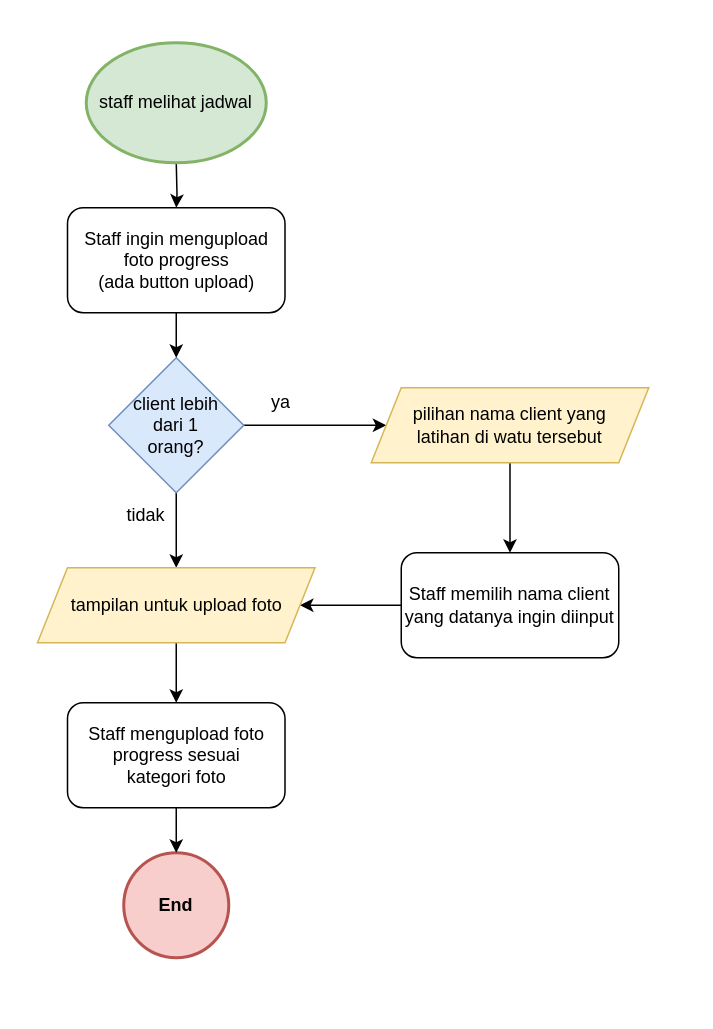
SynergyStudioBandung/synergy_studio_docs keeps this draw.io diagram as diagrams/user_flow/staff_upload_progress_latihan.drawio. Above is the earlier version. Source tidied: cells renumbered, new cells numbered last; positions are measured from the earlier drawing's top-left corner, leaving out a move shared by most shapes. Both pictures are drawn from the tidied source at 150%, with x=0, y=0 at pixel (38, 42).
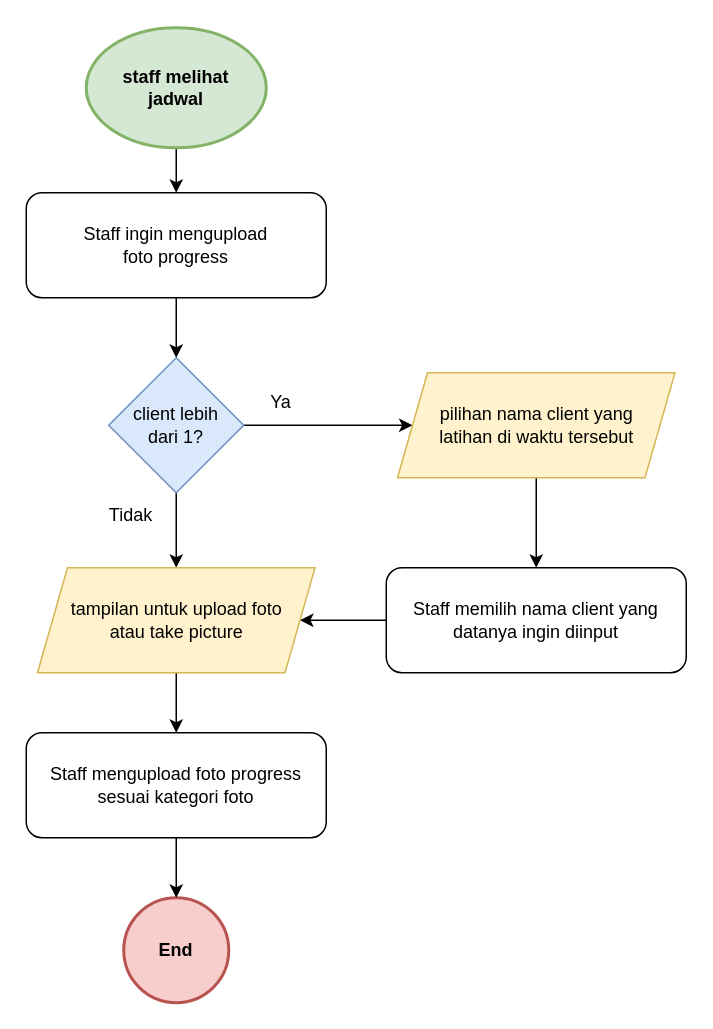
After the change.

The edit, as a diff of the source:
```diff
@@
     <mxCell id="2" value="End" style="ellipse;whiteSpace=wrap;html=1;fillColor=#f8cecc;strokeColor=#b85450;fontStyle=1;strokeWidth=2;" parent="1" vertex="1">
-      <mxGeometry x="57" y="540" width="70" height="70" as="geometry" />
+      <mxGeometry x="57" y="570" width="70" height="70" as="geometry" />
     </mxCell>
-    <mxCell id="3" style="edgeStyle=orthogonalEdgeStyle;rounded=0;jettySize=auto;html=1;" parent="1" edge="1" target="13">
-      <mxGeometry relative="1" as="geometry">
-        <mxPoint x="92" y="80" as="sourcePoint" />
-      </mxGeometry>
-    </mxCell>
@@
-    <mxCell id="6" value="client lebih&lt;br&gt;dari 1&lt;br&gt;orang?" style="rhombus;whiteSpace=wrap;html=1;fillColor=#dae8fc;strokeColor=#6c8ebf;" parent="1" vertex="1">
+    <mxCell id="6" value="client lebih&lt;br&gt;dari 1?" style="rhombus;whiteSpace=wrap;html=1;fillColor=#dae8fc;strokeColor=#6c8ebf;" parent="1" vertex="1">
       <mxGeometry x="47" y="210" width="90" height="90" as="geometry" />
     </mxCell>
@@
     <mxCell id="8" value="Staff memilih nama client yang datanya ingin diinput" style="rounded=1;whiteSpace=wrap;html=1;fontSize=12;glass=0;strokeWidth=1;shadow=0;" parent="1" vertex="1">
-      <mxGeometry x="242" y="340" width="145" height="70" as="geometry" />
+      <mxGeometry x="232" y="350" width="200" height="70" as="geometry" />
     </mxCell>
-    <mxCell id="9" value="ya" style="text;html=1;strokeColor=none;fillColor=none;align=center;verticalAlign=middle;whiteSpace=wrap;rounded=0;" parent="1" vertex="1">
+    <mxCell id="9" value="Ya" style="text;html=1;strokeColor=none;fillColor=none;align=center;verticalAlign=middle;whiteSpace=wrap;rounded=0;" parent="1" vertex="1">
       <mxGeometry x="132" y="225" width="60" height="30" as="geometry" />
     </mxCell>
@@
-    <mxCell id="11" value="pilihan nama client yang&lt;br&gt;latihan di watu tersebut" style="shape=parallelogram;perimeter=parallelogramPerimeter;whiteSpace=wrap;html=1;fixedSize=1;strokeWidth=1;fillColor=#fff2cc;strokeColor=#d6b656;" parent="1" vertex="1">
-      <mxGeometry x="222" y="230" width="185" height="50" as="geometry" />
+    <mxCell id="11" value="pilihan nama client yang&lt;br&gt;latihan di waktu tersebut" style="shape=parallelogram;perimeter=parallelogramPerimeter;whiteSpace=wrap;html=1;fixedSize=1;strokeWidth=1;fillColor=#fff2cc;strokeColor=#d6b656;" parent="1" vertex="1">
+      <mxGeometry x="239.5" y="220" width="185" height="70" as="geometry" />
     </mxCell>
@@
-    <mxCell id="13" value="Staff ingin mengupload foto progress&lt;br&gt;(ada button upload)" style="rounded=1;whiteSpace=wrap;html=1;fontSize=12;glass=0;strokeWidth=1;shadow=0;" parent="1" vertex="1">
-      <mxGeometry x="19.5" y="110" width="145" height="70" as="geometry" />
+    <mxCell id="13" value="Staff ingin mengupload&lt;br&gt;foto progress" style="rounded=1;whiteSpace=wrap;html=1;fontSize=12;glass=0;strokeWidth=1;shadow=0;" parent="1" vertex="1">
+      <mxGeometry x="-8" y="100" width="200" height="70" as="geometry" />
     </mxCell>
@@
-    <mxCell id="15" value="Staff mengupload foto progress sesuai&lt;br&gt;kategori foto" style="rounded=1;whiteSpace=wrap;html=1;fontSize=12;glass=0;strokeWidth=1;shadow=0;" parent="1" vertex="1">
-      <mxGeometry x="19.5" y="440" width="145" height="70" as="geometry" />
+    <mxCell id="15" value="Staff mengupload foto progress sesuai kategori foto" style="rounded=1;whiteSpace=wrap;html=1;fontSize=12;glass=0;strokeWidth=1;shadow=0;" parent="1" vertex="1">
+      <mxGeometry x="-8" y="460" width="200" height="70" as="geometry" />
     </mxCell>
@@
-    <mxCell id="17" value="tampilan untuk upload foto" style="shape=parallelogram;perimeter=parallelogramPerimeter;whiteSpace=wrap;html=1;fixedSize=1;strokeWidth=1;fillColor=#fff2cc;strokeColor=#d6b656;" parent="1" vertex="1">
-      <mxGeometry x="-0.5" y="350" width="185" height="50" as="geometry" />
+    <mxCell id="17" value="tampilan untuk upload foto &lt;br&gt;atau take picture" style="shape=parallelogram;perimeter=parallelogramPerimeter;whiteSpace=wrap;html=1;fixedSize=1;strokeWidth=1;fillColor=#fff2cc;strokeColor=#d6b656;" parent="1" vertex="1">
+      <mxGeometry x="-0.5" y="350" width="185" height="70" as="geometry" />
     </mxCell>
-    <mxCell id="18" value="tidak" style="text;html=1;strokeColor=none;fillColor=none;align=center;verticalAlign=middle;whiteSpace=wrap;rounded=0;" parent="1" vertex="1">
-      <mxGeometry x="42" y="300" width="60" height="30" as="geometry" />
+    <mxCell id="18" value="Tidak" style="text;html=1;strokeColor=none;fillColor=none;align=center;verticalAlign=middle;whiteSpace=wrap;rounded=0;" parent="1" vertex="1">
+      <mxGeometry x="32" y="300" width="60" height="30" as="geometry" />
     </mxCell>
+    <mxCell id="20" style="edgeStyle=orthogonalEdgeStyle;rounded=0;jettySize=auto;html=1;" parent="1" edge="1" source="19" target="13">
+      <mxGeometry relative="1" as="geometry" />
+    </mxCell>
-    <mxCell id="19" value="staff melihat jadwal" style="ellipse;whiteSpace=wrap;html=1;fillColor=#d5e8d4;strokeColor=#82b366;strokeWidth=2;" parent="1" vertex="1">
-      <mxGeometry x="32" width="120" height="80" as="geometry" />
+    <mxCell id="19" value="staff melihat&lt;br&gt;jadwal" style="ellipse;whiteSpace=wrap;html=1;fillColor=#d5e8d4;strokeColor=#82b366;strokeWidth=2;fontStyle=1;" parent="1" vertex="1">
+      <mxGeometry x="32" y="-10" width="120" height="80" as="geometry" />
     </mxCell>
```
